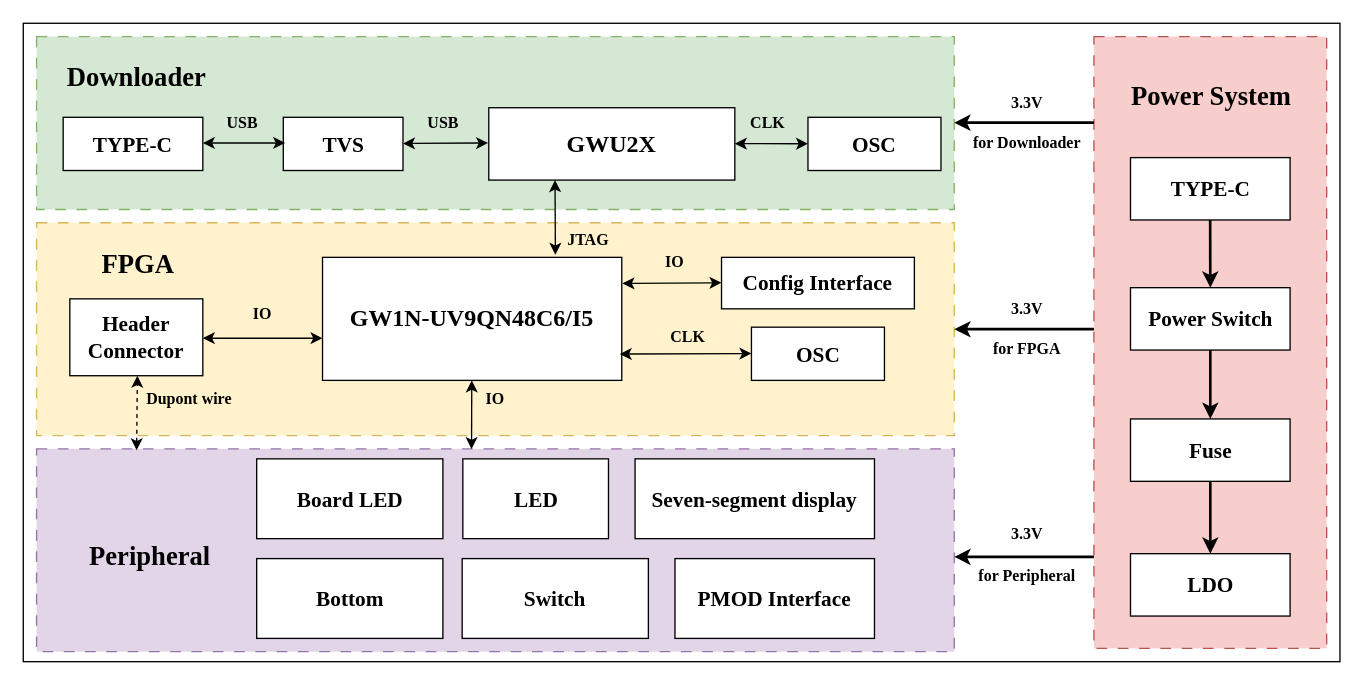
Earlier version of the draw.io diagram Passer_V3.0整体框图.drawio (zeandon/draw.io). Source tidied: cells renumbered, new cells numbered last; positions are measured from the earlier drawing's top-left corner, leaving out a move shared by most shapes. Both pictures are drawn from the tidied source at 133%, with x=0, y=0 at pixel (23, 23).
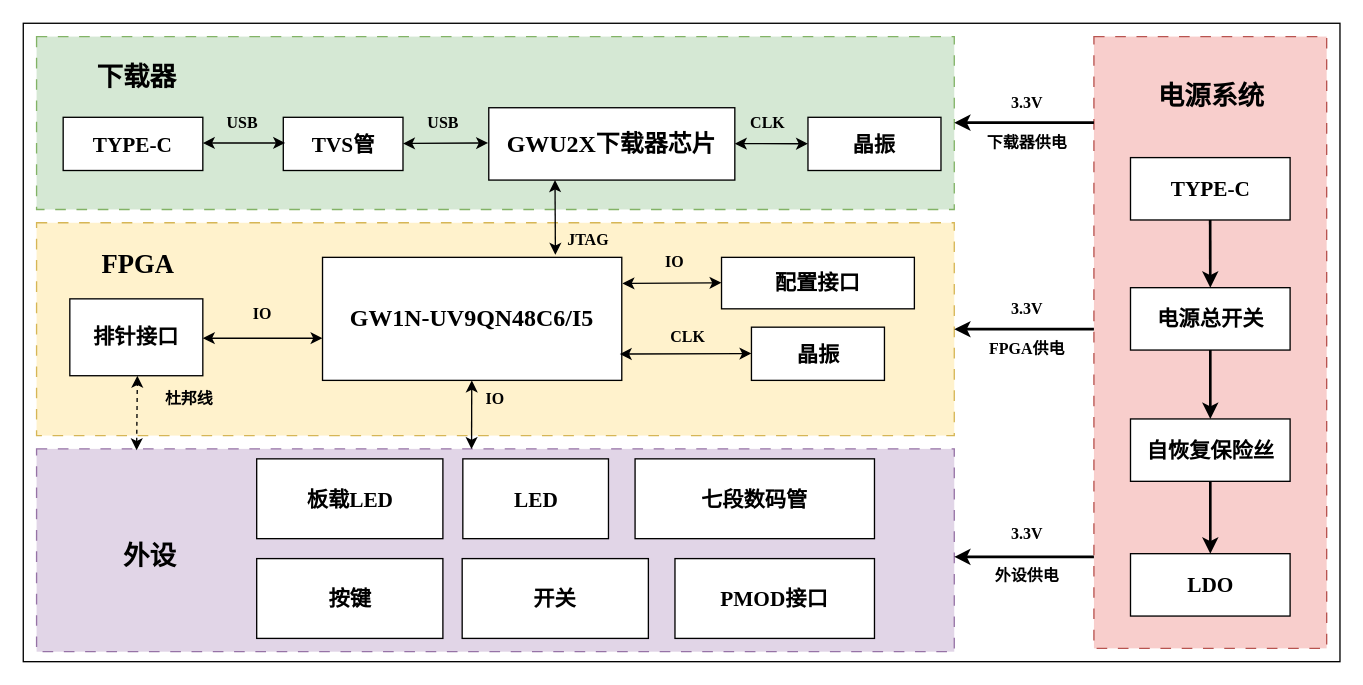
The same diagram, later.

Commit message:
更新Passer_V3.0整体框图.drawio

Change to the diagram source:
```diff
@@
-    <mxCell id="8" value="Downloader" style="text;strokeColor=none;fillColor=none;html=1;fontSize=20;fontStyle=1;verticalAlign=middle;align=center;fontFamily=Times New Roman;" parent="1" vertex="1">
+    <mxCell id="8" value="下载器" style="text;strokeColor=none;fillColor=none;html=1;fontSize=20;fontStyle=1;verticalAlign=middle;align=center;fontFamily=Times New Roman;" parent="1" vertex="1">
       <mxGeometry x="35" y="20" width="100" height="40" as="geometry" />
     </mxCell>
-    <mxCell id="9" value="GWU2X" style="rounded=0;whiteSpace=wrap;html=1;fontStyle=1;fontFamily=Times New Roman;fontSize=18;" parent="1" vertex="1">
+    <mxCell id="9" value="GWU2X下载器芯片" style="rounded=0;whiteSpace=wrap;html=1;fontStyle=1;fontFamily=Times New Roman;fontSize=18;" parent="1" vertex="1">
       <mxGeometry x="350" y="63.5" width="185" height="54.4" as="geometry" />
     </mxCell>
@@
-    <mxCell id="14" value="Power Switch" style="rounded=0;whiteSpace=wrap;html=1;fontStyle=1;fontFamily=Times New Roman;fontSize=16;" parent="1" vertex="1">
+    <mxCell id="14" value="电源总开关" style="rounded=0;whiteSpace=wrap;html=1;fontStyle=1;fontFamily=Times New Roman;fontSize=16;" parent="1" vertex="1">
       <mxGeometry x="832.5" y="198.8" width="120" height="46.9" as="geometry" />
     </mxCell>
@@
-    <mxCell id="16" value="Fuse" style="rounded=0;whiteSpace=wrap;html=1;fontStyle=1;fontFamily=Times New Roman;fontSize=16;" parent="1" vertex="1">
+    <mxCell id="16" value="自恢复保险丝" style="rounded=0;whiteSpace=wrap;html=1;fontStyle=1;fontFamily=Times New Roman;fontSize=16;" parent="1" vertex="1">
       <mxGeometry x="832.5" y="297.5" width="120" height="46.9" as="geometry" />
     </mxCell>
-    <mxCell id="17" value="TVS" style="rounded=0;whiteSpace=wrap;html=1;fontStyle=1;fontFamily=Times New Roman;fontSize=16;" parent="1" vertex="1">
+    <mxCell id="17" value="TVS管" style="rounded=0;whiteSpace=wrap;html=1;fontStyle=1;fontFamily=Times New Roman;fontSize=16;" parent="1" vertex="1">
       <mxGeometry x="195.5" y="70.7" width="90" height="40" as="geometry" />
     </mxCell>
-    <mxCell id="18" value="Board LED" style="rounded=0;whiteSpace=wrap;html=1;fontStyle=1;fontFamily=Times New Roman;fontSize=16;" parent="1" vertex="1">
+    <mxCell id="18" value="板载LED" style="rounded=0;whiteSpace=wrap;html=1;fontStyle=1;fontFamily=Times New Roman;fontSize=16;" parent="1" vertex="1">
       <mxGeometry x="175.5" y="327.5" width="140" height="60" as="geometry" />
     </mxCell>
@@
-    <mxCell id="22" value="for Downloader" style="text;html=1;whiteSpace=wrap;strokeColor=none;fillColor=none;align=center;verticalAlign=middle;rounded=0;fontStyle=1;fontSize=12;fontFamily=Times New Roman;" parent="1" vertex="1">
-      <mxGeometry x="705" y="75" width="100" height="30" as="geometry" />
+    <mxCell id="22" value="下载器供电" style="text;html=1;whiteSpace=wrap;strokeColor=none;fillColor=none;align=center;verticalAlign=middle;rounded=0;fontStyle=1;fontSize=12;fontFamily=Times New Roman;" parent="1" vertex="1">
+      <mxGeometry x="715" y="75" width="80" height="30" as="geometry" />
     </mxCell>
-    <mxCell id="23" value="for Peripheral" style="text;html=1;whiteSpace=wrap;strokeColor=none;fillColor=none;align=center;verticalAlign=middle;rounded=0;fontStyle=1;fontSize=12;fontFamily=Times New Roman;" parent="1" vertex="1">
-      <mxGeometry x="710" y="401.2" width="90" height="30" as="geometry" />
+    <mxCell id="23" value="外设供电" style="text;html=1;whiteSpace=wrap;strokeColor=none;fillColor=none;align=center;verticalAlign=middle;rounded=0;fontStyle=1;fontSize=12;fontFamily=Times New Roman;" parent="1" vertex="1">
+      <mxGeometry x="720" y="401.2" width="70" height="30" as="geometry" />
     </mxCell>
-    <mxCell id="24" value="for FPGA" style="text;html=1;whiteSpace=wrap;strokeColor=none;fillColor=none;align=center;verticalAlign=middle;rounded=0;fontStyle=1;fontSize=12;fontFamily=Times New Roman;" parent="1" vertex="1">
-      <mxGeometry x="720" y="230" width="70" height="30" as="geometry" />
+    <mxCell id="24" value="FPGA供电" style="text;html=1;whiteSpace=wrap;strokeColor=none;fillColor=none;align=center;verticalAlign=middle;rounded=0;fontStyle=1;fontSize=12;fontFamily=Times New Roman;" parent="1" vertex="1">
+      <mxGeometry x="715" y="230" width="80" height="30" as="geometry" />
     </mxCell>
-    <mxCell id="25" value="OSC" style="rounded=0;whiteSpace=wrap;html=1;fontStyle=1;fontFamily=Times New Roman;fontSize=16;" parent="1" vertex="1">
+    <mxCell id="25" value="晶振" style="rounded=0;whiteSpace=wrap;html=1;fontStyle=1;fontFamily=Times New Roman;fontSize=16;" parent="1" vertex="1">
       <mxGeometry x="590" y="70.7" width="100" height="40" as="geometry" />
     </mxCell>
@@
-    <mxCell id="31" value="Config Interface" style="rounded=0;whiteSpace=wrap;html=1;fontStyle=1;fontFamily=Times New Roman;fontSize=16;" parent="1" vertex="1">
+    <mxCell id="31" value="配置接口" style="rounded=0;whiteSpace=wrap;html=1;fontStyle=1;fontFamily=Times New Roman;fontSize=16;" parent="1" vertex="1">
       <mxGeometry x="525" y="176" width="145" height="38.7" as="geometry" />
     </mxCell>
-    <mxCell id="32" value="&lt;font&gt;Power System&lt;/font&gt;" style="text;strokeColor=none;fillColor=none;html=1;fontSize=20;fontStyle=1;verticalAlign=middle;align=center;fontFamily=Times New Roman;" parent="1" vertex="1">
+    <mxCell id="32" value="&lt;font&gt;电源系统&lt;/font&gt;" style="text;strokeColor=none;fillColor=none;html=1;fontSize=20;fontStyle=1;verticalAlign=middle;align=center;fontFamily=Times New Roman;" parent="1" vertex="1">
       <mxGeometry x="827.5" y="33.7" width="130" height="40" as="geometry" />
     </mxCell>
-    <mxCell id="33" value="Peripheral" style="text;strokeColor=none;fillColor=none;html=1;fontSize=20;fontStyle=1;verticalAlign=middle;align=center;fontFamily=Times New Roman;" parent="1" vertex="1">
+    <mxCell id="33" value="外设" style="text;strokeColor=none;fillColor=none;html=1;fontSize=20;fontStyle=1;verticalAlign=middle;align=center;fontFamily=Times New Roman;" parent="1" vertex="1">
       <mxGeometry x="24" y="380" width="141" height="40" as="geometry" />
     </mxCell>
@@
-    <mxCell id="39" value="OSC" style="rounded=0;whiteSpace=wrap;html=1;fontStyle=1;fontFamily=Times New Roman;fontSize=16;" parent="1" vertex="1">
+    <mxCell id="39" value="晶振" style="rounded=0;whiteSpace=wrap;html=1;fontStyle=1;fontFamily=Times New Roman;fontSize=16;" parent="1" vertex="1">
       <mxGeometry x="547.5" y="228.5" width="100" height="40" as="geometry" />
     </mxCell>
-    <mxCell id="40" value="PMOD Interface" style="rounded=0;whiteSpace=wrap;html=1;fontStyle=1;fontFamily=Times New Roman;fontSize=16;" parent="1" vertex="1">
+    <mxCell id="40" value="PMOD接口" style="rounded=0;whiteSpace=wrap;html=1;fontStyle=1;fontFamily=Times New Roman;fontSize=16;" parent="1" vertex="1">
       <mxGeometry x="490" y="402.5" width="150" height="60" as="geometry" />
     </mxCell>
-    <mxCell id="41" value="Seven-segment display" style="rounded=0;whiteSpace=wrap;html=1;fontStyle=1;fontFamily=Times New Roman;fontSize=16;" parent="1" vertex="1">
+    <mxCell id="41" value="七段数码管" style="rounded=0;whiteSpace=wrap;html=1;fontStyle=1;fontFamily=Times New Roman;fontSize=16;" parent="1" vertex="1">
       <mxGeometry x="460" y="327.5" width="180" height="60" as="geometry" />
     </mxCell>
-    <mxCell id="42" value="Switch" style="rounded=0;whiteSpace=wrap;html=1;fontStyle=1;fontFamily=Times New Roman;fontSize=16;" parent="1" vertex="1">
+    <mxCell id="42" value="开关" style="rounded=0;whiteSpace=wrap;html=1;fontStyle=1;fontFamily=Times New Roman;fontSize=16;" parent="1" vertex="1">
       <mxGeometry x="330" y="402.5" width="140" height="60" as="geometry" />
     </mxCell>
-    <mxCell id="43" value="Bottom" style="rounded=0;whiteSpace=wrap;html=1;fontStyle=1;fontFamily=Times New Roman;fontSize=16;" parent="1" vertex="1">
+    <mxCell id="43" value="按键" style="rounded=0;whiteSpace=wrap;html=1;fontStyle=1;fontFamily=Times New Roman;fontSize=16;" parent="1" vertex="1">
       <mxGeometry x="175.5" y="402.5" width="140" height="60" as="geometry" />
     </mxCell>
@@
-    <mxCell id="47" value="Dupont wire" style="text;html=1;whiteSpace=wrap;strokeColor=none;fillColor=none;align=center;verticalAlign=middle;rounded=0;fontStyle=1;fontSize=12;fontFamily=Times New Roman;" parent="1" vertex="1">
-      <mxGeometry x="85" y="267.5" width="80" height="30" as="geometry" />
+    <mxCell id="47" value="杜邦线" style="text;html=1;whiteSpace=wrap;strokeColor=none;fillColor=none;align=center;verticalAlign=middle;rounded=0;fontStyle=1;fontSize=12;fontFamily=Times New Roman;" parent="1" vertex="1">
+      <mxGeometry x="95" y="267.5" width="60" height="30" as="geometry" />
     </mxCell>
-    <mxCell id="48" value="Header Connector" style="rounded=0;whiteSpace=wrap;html=1;fontStyle=1;fontFamily=Times New Roman;fontSize=16;" parent="1" vertex="1">
+    <mxCell id="48" value="排针接口" style="rounded=0;whiteSpace=wrap;html=1;fontStyle=1;fontFamily=Times New Roman;fontSize=16;" parent="1" vertex="1">
       <mxGeometry x="35" y="207.2" width="100" height="57.8" as="geometry" />
     </mxCell>
```
